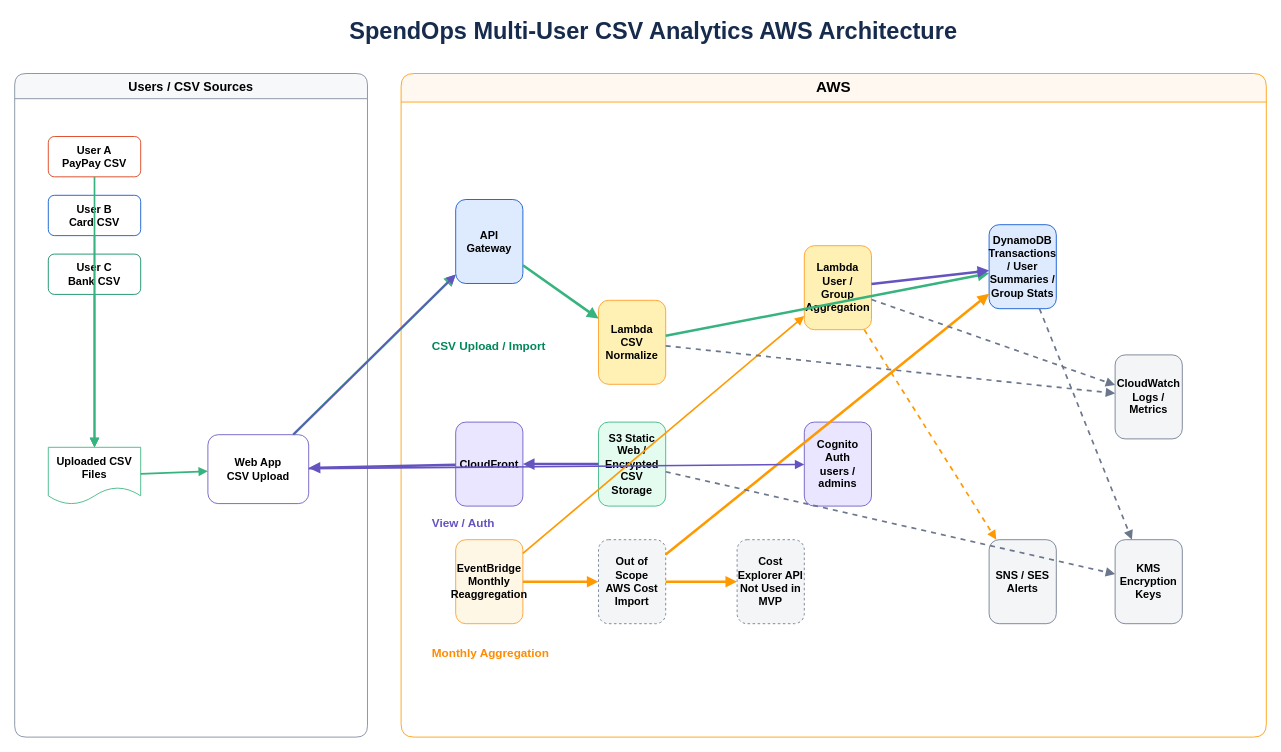
Before: drowio/spendops_aws_architecture.drawio in Muratayuduki/SpendOps_Dashboard, a draw.io diagram. Source tidied: cells renumbered, new cells numbered last; positions are measured from the earlier drawing's top-left corner, leaving out a move shared by most shapes. Both pictures are drawn from the tidied source at 84%, with x=0, y=0 at pixel (14, 14).
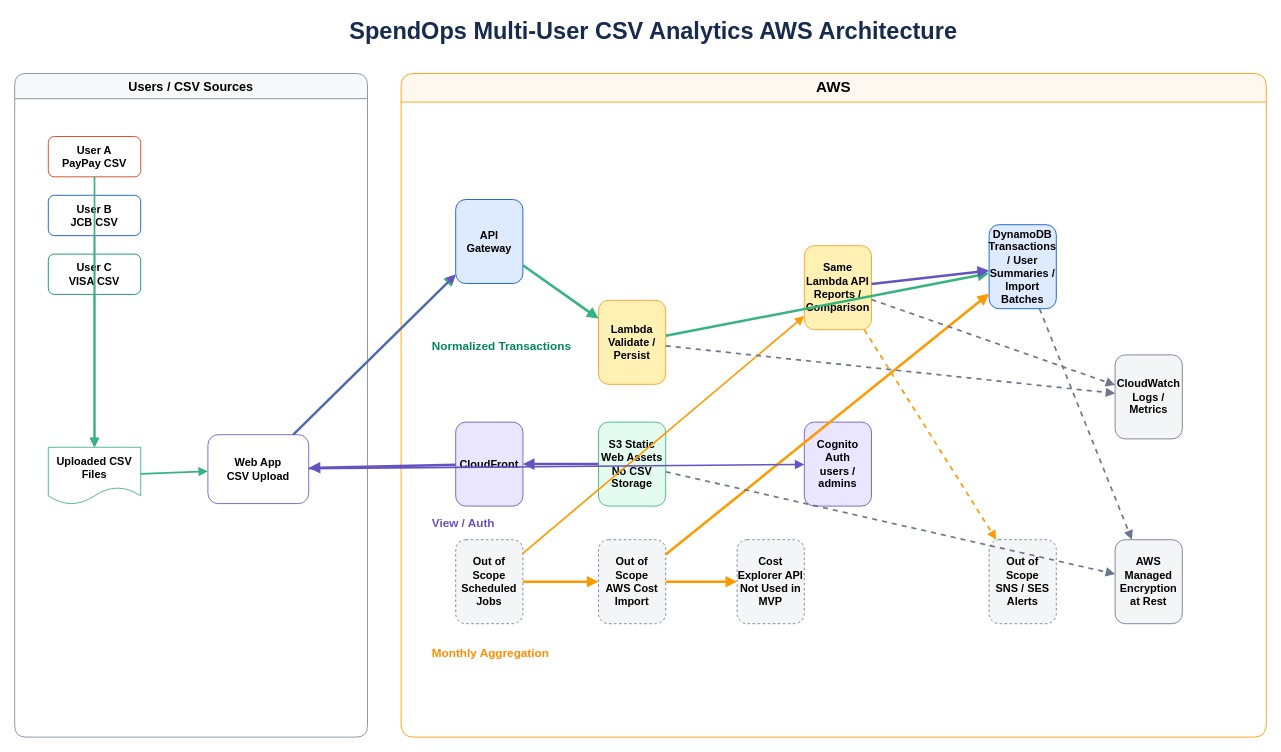
The same page after the edit.

Diff of the diagram source:
```diff
@@
-    <mxCell id="6" value="User B&lt;br&gt;Card CSV" style="rounded=1;whiteSpace=wrap;html=1;fillColor=#FFFFFF;strokeColor=#0052CC;fontSize=13;fontStyle=1;" parent="1" vertex="1">
+    <mxCell id="6" value="User B&lt;br&gt;JCB CSV" style="rounded=1;whiteSpace=wrap;html=1;fillColor=#FFFFFF;strokeColor=#0052CC;fontSize=13;fontStyle=1;" parent="1" vertex="1">
       <mxGeometry x="40" y="215" width="110" height="48" as="geometry" />
     </mxCell>
-    <mxCell id="7" value="User C&lt;br&gt;Bank CSV" style="rounded=1;whiteSpace=wrap;html=1;fillColor=#FFFFFF;strokeColor=#00875A;fontSize=13;fontStyle=1;" parent="1" vertex="1">
+    <mxCell id="7" value="User C&lt;br&gt;VISA CSV" style="rounded=1;whiteSpace=wrap;html=1;fillColor=#FFFFFF;strokeColor=#00875A;fontSize=13;fontStyle=1;" parent="1" vertex="1">
       <mxGeometry x="40" y="285" width="110" height="48" as="geometry" />
     </mxCell>
@@
-    <mxCell id="11" value="Lambda CSV Normalize" style="rounded=1;whiteSpace=wrap;html=1;fillColor=#FFF0B3;strokeColor=#FF991F;fontSize=13;fontStyle=1;" parent="1" vertex="1">
+    <mxCell id="11" value="Lambda Validate / Persist" style="rounded=1;whiteSpace=wrap;html=1;fillColor=#FFF0B3;strokeColor=#FF991F;fontSize=13;fontStyle=1;" parent="1" vertex="1">
       <mxGeometry x="695" y="340" width="80" height="100" as="geometry" />
     </mxCell>
-    <mxCell id="12" value="Lambda User / Group Aggregation" style="rounded=1;whiteSpace=wrap;html=1;fillColor=#FFF0B3;strokeColor=#FF991F;fontSize=13;fontStyle=1;" parent="1" vertex="1">
+    <mxCell id="12" value="Same Lambda API&lt;br&gt;Reports / Comparison" style="rounded=1;whiteSpace=wrap;html=1;fillColor=#FFF0B3;strokeColor=#FF991F;fontSize=13;fontStyle=1;" parent="1" vertex="1">
       <mxGeometry x="940" y="275" width="80" height="100" as="geometry" />
     </mxCell>
-    <mxCell id="13" value="DynamoDB Transactions / User Summaries / Group Stats" style="rounded=1;whiteSpace=wrap;html=1;fillColor=#DEEBFF;strokeColor=#0052CC;fontSize=13;fontStyle=1;" parent="1" vertex="1">
+    <mxCell id="13" value="DynamoDB Transactions / User Summaries / Import Batches" style="rounded=1;whiteSpace=wrap;html=1;fillColor=#DEEBFF;strokeColor=#0052CC;fontSize=13;fontStyle=1;" parent="1" vertex="1">
       <mxGeometry x="1160" y="250" width="80" height="100" as="geometry" />
     </mxCell>
-    <mxCell id="14" value="EventBridge&lt;br&gt;Monthly Reaggregation" style="rounded=1;whiteSpace=wrap;html=1;fillColor=#FFF7E6;strokeColor=#FF991F;fontSize=13;fontStyle=1;" parent="1" vertex="1">
+    <mxCell id="14" value="Out of Scope&lt;br&gt;Scheduled Jobs" style="rounded=1;whiteSpace=wrap;html=1;fillColor=#F4F5F7;strokeColor=#6B778C;fontSize=13;fontStyle=1;dashed=1;" parent="1" vertex="1">
       <mxGeometry x="525" y="625" width="80" height="100" as="geometry" />
     </mxCell>
@@
-    <mxCell id="17" value="S3 Static Web / Encrypted CSV Storage" style="rounded=1;whiteSpace=wrap;html=1;fillColor=#E3FCEF;strokeColor=#36B37E;fontSize=13;fontStyle=1;" parent="1" vertex="1">
+    <mxCell id="17" value="S3 Static Web Assets&lt;br&gt;No CSV Storage" style="rounded=1;whiteSpace=wrap;html=1;fillColor=#E3FCEF;strokeColor=#36B37E;fontSize=13;fontStyle=1;" parent="1" vertex="1">
       <mxGeometry x="695" y="485" width="80" height="100" as="geometry" />
     </mxCell>
@@
-    <mxCell id="21" value="SNS / SES Alerts" style="rounded=1;whiteSpace=wrap;html=1;fillColor=#F4F5F7;strokeColor=#6B778C;fontSize=13;fontStyle=1;" parent="1" vertex="1">
+    <mxCell id="21" value="Out of Scope&lt;br&gt;SNS / SES Alerts" style="rounded=1;whiteSpace=wrap;html=1;fillColor=#F4F5F7;strokeColor=#6B778C;fontSize=13;fontStyle=1;dashed=1;" parent="1" vertex="1">
       <mxGeometry x="1160" y="625" width="80" height="100" as="geometry" />
     </mxCell>
-    <mxCell id="22" value="KMS&lt;br&gt;Encryption Keys" style="rounded=1;whiteSpace=wrap;html=1;fillColor=#F4F5F7;strokeColor=#6B778C;fontSize=13;fontStyle=1;" parent="1" vertex="1">
+    <mxCell id="22" value="AWS Managed&lt;br&gt;Encryption at Rest" style="rounded=1;whiteSpace=wrap;html=1;fillColor=#F4F5F7;strokeColor=#6B778C;fontSize=13;fontStyle=1;" parent="1" vertex="1">
       <mxGeometry x="1310" y="625" width="80" height="100" as="geometry" />
     </mxCell>
-    <mxCell id="23" value="CSV Upload / Import" style="text;html=1;strokeColor=none;fillColor=none;fontSize=14;fontStyle=1;fontColor=#00875A;" parent="1" vertex="1">
+    <mxCell id="23" value="Normalized Transactions" style="text;html=1;strokeColor=none;fillColor=none;fontSize=14;fontStyle=1;fontColor=#00875A;" parent="1" vertex="1">
       <mxGeometry x="495" y="380" width="100" height="24" as="geometry" />
     </mxCell>
```
